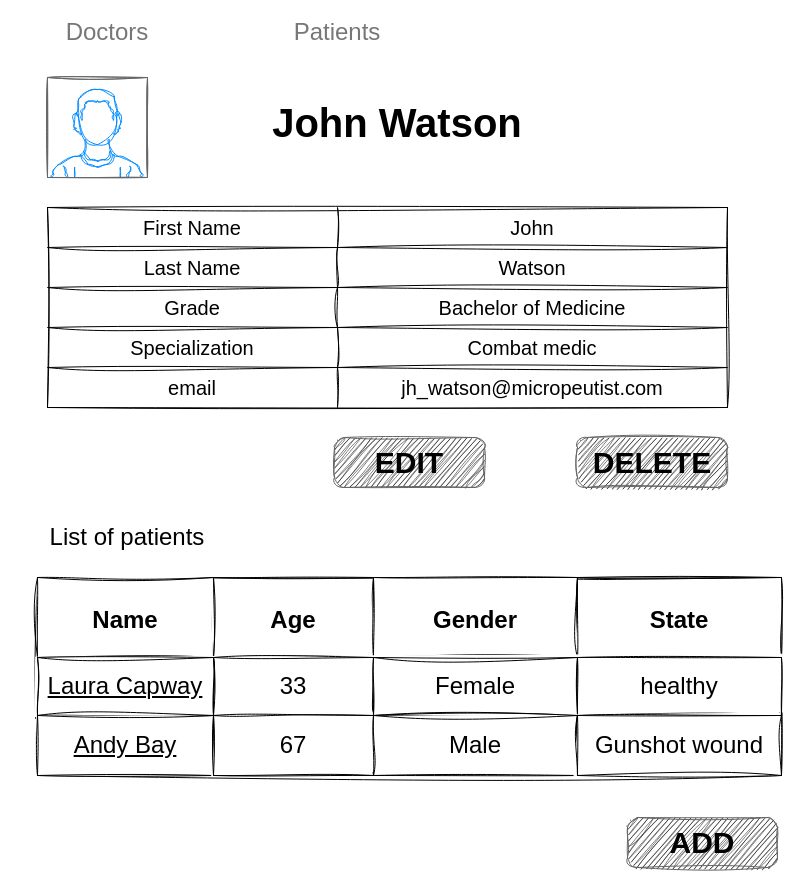
The draw.io diagram page "Doctor" (2 of 7) of documentation/micropeutist drawio.drawio in DmytroY/EPAM_Flask, before the edit. Source tidied: cells renumbered, new cells numbered last; positions are measured from the earlier drawing's top-left corner, leaving out a move shared by most shapes. Both pictures are drawn from the tidied source at 100%, with x=0, y=0 at pixel (17, 17).
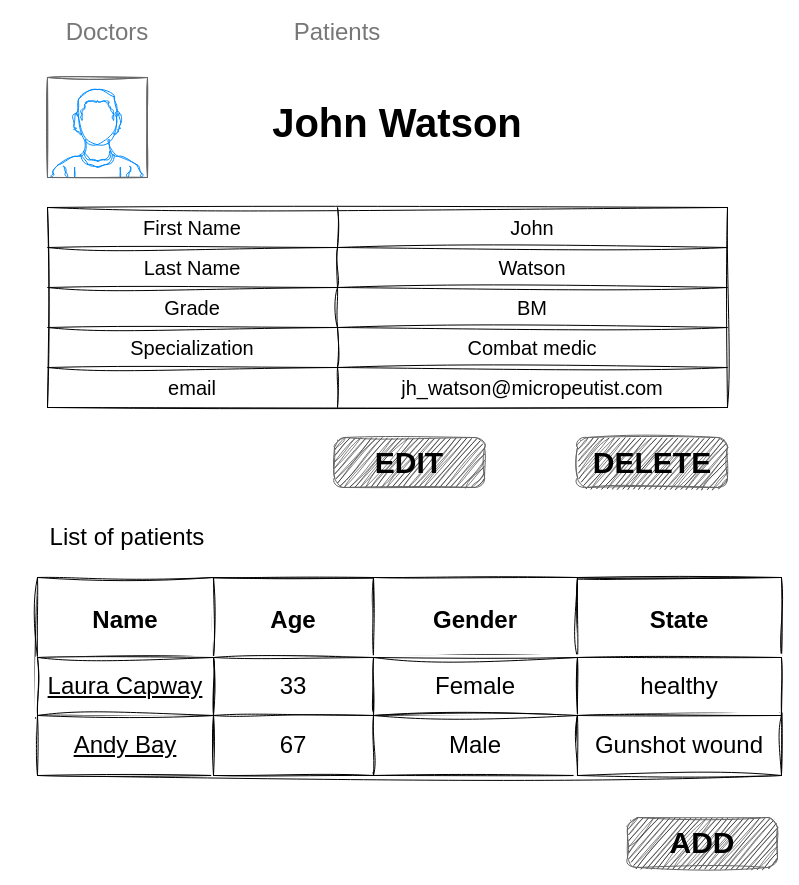
The same diagram, later.

Unchanged cells that the change refers to:
```xml
<mxCell id="13" style="shape=tableRow;horizontal=0;startSize=0;swimlaneHead=0;swimlaneBody=0;strokeColor=inherit;top=0;left=0;bottom=0;right=0;fillColor=none;rounded=0;shadow=0;labelBorderColor=none;sketch=1;hachureGap=4;jiggle=2;curveFitting=1;fontFamily=Helvetica;fontSize=20;fontColor=#000000;html=0;" parent="6" vertex="1">
  <mxGeometry y="80" width="680" height="40" as="geometry" />
</mxCell>
```

Diff of the diagram source:
```diff
@@
-    <mxCell id="15" value="Bachelor of Medicine" style="shape=partialRectangle;html=1;whiteSpace=wrap;strokeColor=inherit;overflow=hidden;fillColor=none;top=0;left=0;bottom=0;right=0;rounded=0;shadow=0;labelBorderColor=none;sketch=1;hachureGap=4;jiggle=2;curveFitting=1;fontFamily=Helvetica;fontSize=20;fontColor=#000000;" parent="13" vertex="1">
+    <mxCell id="15" value="BM" style="shape=partialRectangle;html=1;whiteSpace=wrap;strokeColor=inherit;overflow=hidden;fillColor=none;top=0;left=0;bottom=0;right=0;rounded=0;shadow=0;labelBorderColor=none;sketch=1;hachureGap=4;jiggle=2;curveFitting=1;fontFamily=Helvetica;fontSize=20;fontColor=#000000;" parent="13" vertex="1">
       <mxGeometry x="290" width="390" height="40" as="geometry" />
     </mxCell>
```
